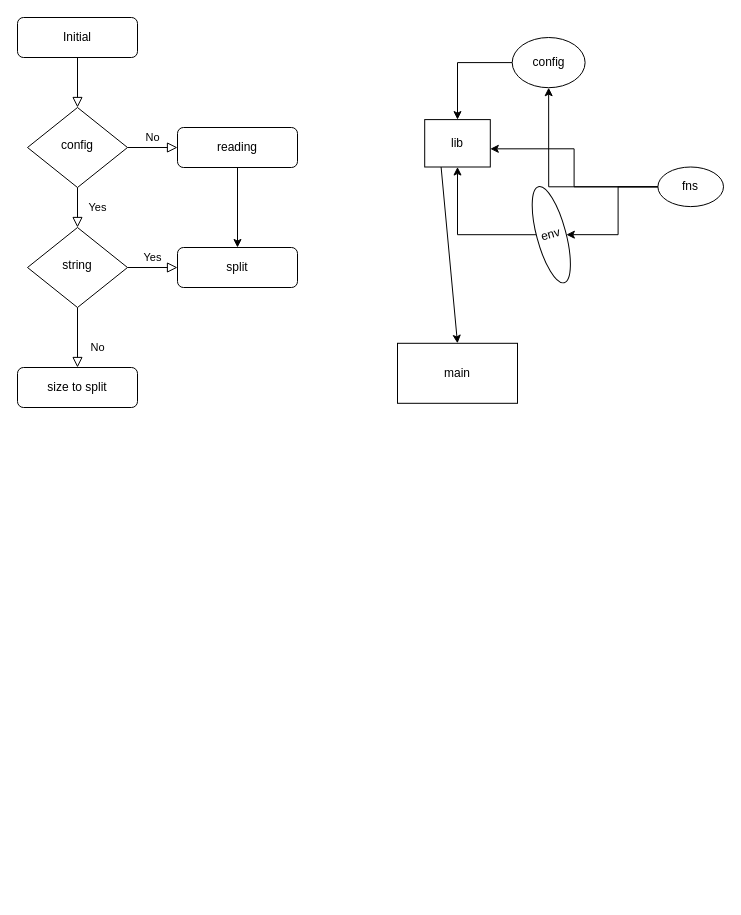
Earlier version of the draw.io diagram docs/toml-version.drawio (rdigua/filesplit). Source tidied: cells renumbered, new cells numbered last; positions are measured from the earlier drawing's top-left corner, leaving out a move shared by most shapes. Both pictures are drawn from the tidied source at 100%, with x=0, y=0 at pixel (17, 17).
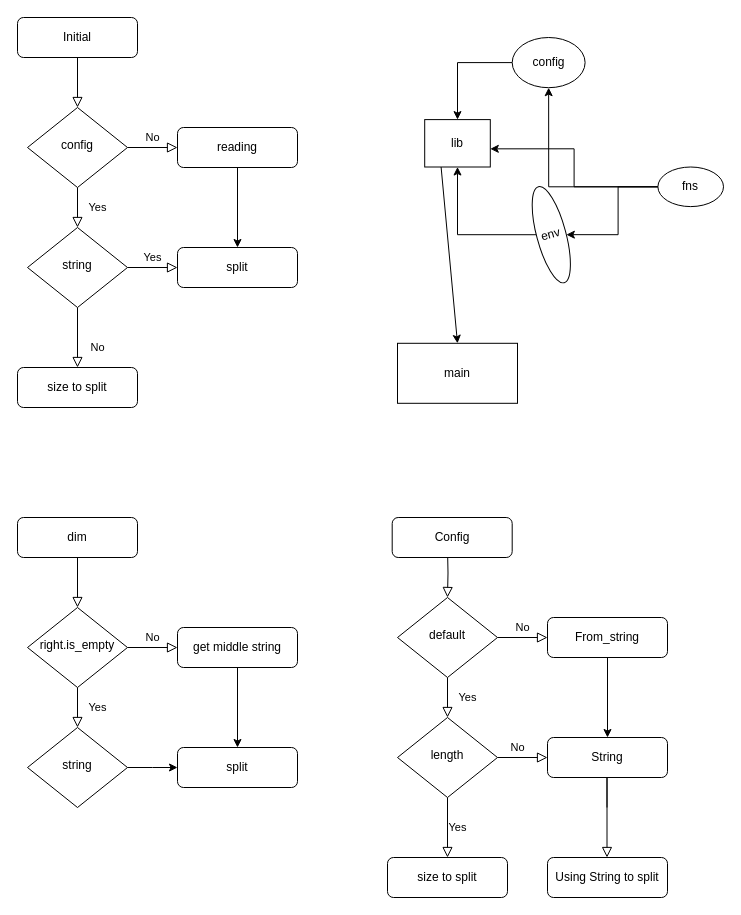
The same page after the edit.

Diff of the diagram source:
```diff
@@
+    <mxCell id="25" style="rounded=0;html=1;jettySize=auto;fontSize=11;endArrow=block;endFill=0;endSize=8;strokeWidth=1;shadow=0;labelBackgroundColor=none;edgeStyle=orthogonalEdgeStyle;" parent="1" edge="1" source="26" target="29">
+      <mxGeometry relative="1" as="geometry" />
+    </mxCell>
+    <mxCell id="26" value="dim" style="rounded=1;whiteSpace=wrap;html=1;fontSize=12;glass=0;strokeWidth=1;shadow=0;" parent="1" vertex="1">
+      <mxGeometry y="500" width="120" height="40" as="geometry" />
+    </mxCell>
+    <mxCell id="27" value="Yes" style="rounded=0;html=1;jettySize=auto;fontSize=11;endArrow=block;endFill=0;endSize=8;strokeWidth=1;shadow=0;labelBackgroundColor=none;edgeStyle=orthogonalEdgeStyle;" parent="1" edge="1" source="29" target="32">
+      <mxGeometry y="20" relative="1" as="geometry" />
+    </mxCell>
+    <mxCell id="28" value="No" style="edgeStyle=orthogonalEdgeStyle;rounded=0;html=1;jettySize=auto;fontSize=11;endArrow=block;endFill=0;endSize=8;strokeWidth=1;shadow=0;labelBackgroundColor=none;" parent="1" edge="1" source="29" target="31">
+      <mxGeometry y="10" relative="1" as="geometry" />
+    </mxCell>
+    <mxCell id="29" value="right.is_empty" style="rhombus;whiteSpace=wrap;html=1;shadow=0;fontFamily=Helvetica;fontSize=12;align=center;strokeWidth=1;spacing=6;spacingTop=-4;" parent="1" vertex="1">
+      <mxGeometry x="10" y="590" width="100" height="80" as="geometry" />
+    </mxCell>
+    <mxCell id="30" style="edgeStyle=orthogonalEdgeStyle;rounded=0;jettySize=auto;html=1;" parent="1" edge="1" source="31" target="33">
+      <mxGeometry relative="1" as="geometry" />
+    </mxCell>
+    <mxCell id="31" value="get middle string" style="rounded=1;whiteSpace=wrap;html=1;fontSize=12;glass=0;strokeWidth=1;shadow=0;" parent="1" vertex="1">
+      <mxGeometry x="160" y="610" width="120" height="40" as="geometry" />
+    </mxCell>
+    <mxCell id="32" value="string" style="rhombus;whiteSpace=wrap;html=1;shadow=0;fontFamily=Helvetica;fontSize=12;align=center;strokeWidth=1;spacing=6;spacingTop=-4;" parent="1" vertex="1">
+      <mxGeometry x="10" y="710" width="100" height="80" as="geometry" />
+    </mxCell>
+    <mxCell id="33" value="split" style="rounded=1;whiteSpace=wrap;html=1;fontSize=12;glass=0;strokeWidth=1;shadow=0;" parent="1" vertex="1">
+      <mxGeometry x="160" y="730" width="120" height="40" as="geometry" />
+    </mxCell>
+    <mxCell id="34" style="edgeStyle=orthogonalEdgeStyle;rounded=0;jettySize=auto;html=1;" parent="1" edge="1" source="32">
+      <mxGeometry relative="1" as="geometry">
+        <mxPoint x="160" y="750" as="targetPoint" />
+      </mxGeometry>
+    </mxCell>
+    <mxCell id="35" style="rounded=0;html=1;jettySize=auto;fontSize=11;endArrow=block;endFill=0;endSize=8;strokeWidth=1;shadow=0;labelBackgroundColor=none;edgeStyle=orthogonalEdgeStyle;" parent="1" edge="1" target="38">
+      <mxGeometry relative="1" as="geometry">
+        <mxPoint x="430" y="530" as="sourcePoint" />
+      </mxGeometry>
+    </mxCell>
+    <mxCell id="36" value="Yes" style="rounded=0;html=1;jettySize=auto;fontSize=11;endArrow=block;endFill=0;endSize=8;strokeWidth=1;shadow=0;labelBackgroundColor=none;edgeStyle=orthogonalEdgeStyle;" parent="1" edge="1" source="38" target="43">
+      <mxGeometry y="20" relative="1" as="geometry" />
+    </mxCell>
+    <mxCell id="37" value="No" style="edgeStyle=orthogonalEdgeStyle;rounded=0;html=1;jettySize=auto;fontSize=11;endArrow=block;endFill=0;endSize=8;strokeWidth=1;shadow=0;labelBackgroundColor=none;" parent="1" edge="1" source="38" target="40">
+      <mxGeometry y="10" relative="1" as="geometry" />
+    </mxCell>
+    <mxCell id="38" value="default" style="rhombus;whiteSpace=wrap;html=1;shadow=0;fontFamily=Helvetica;fontSize=12;align=center;strokeWidth=1;spacing=6;spacingTop=-4;" parent="1" vertex="1">
+      <mxGeometry x="380" y="580" width="100" height="80" as="geometry" />
+    </mxCell>
+    <mxCell id="39" style="edgeStyle=orthogonalEdgeStyle;rounded=0;jettySize=auto;html=1;" parent="1" edge="1" source="40" target="45">
+      <mxGeometry relative="1" as="geometry" />
+    </mxCell>
+    <mxCell id="40" value="From_string" style="rounded=1;whiteSpace=wrap;html=1;fontSize=12;glass=0;strokeWidth=1;shadow=0;" parent="1" vertex="1">
+      <mxGeometry x="530" y="600" width="120" height="40" as="geometry" />
+    </mxCell>
+    <mxCell id="41" value="No" style="rounded=0;html=1;jettySize=auto;fontSize=11;endArrow=block;endFill=0;endSize=8;strokeWidth=1;shadow=0;labelBackgroundColor=none;edgeStyle=orthogonalEdgeStyle;" parent="1" edge="1" source="43" target="44">
+      <mxGeometry x="-1" y="86" relative="1" as="geometry">
+        <mxPoint x="-16" y="-50" as="offset" />
+      </mxGeometry>
+    </mxCell>
+    <mxCell id="42" value="Yes" style="edgeStyle=orthogonalEdgeStyle;rounded=0;html=1;jettySize=auto;fontSize=11;endArrow=block;endFill=0;endSize=8;strokeWidth=1;shadow=0;labelBackgroundColor=none;" parent="1" edge="1" source="43" target="45">
+      <mxGeometry x="-1" y="-81" relative="1" as="geometry">
+        <mxPoint x="-40" y="-11" as="offset" />
+      </mxGeometry>
+    </mxCell>
+    <mxCell id="43" value="length" style="rhombus;whiteSpace=wrap;html=1;shadow=0;fontFamily=Helvetica;fontSize=12;align=center;strokeWidth=1;spacing=6;spacingTop=-4;" parent="1" vertex="1">
+      <mxGeometry x="380" y="700" width="100" height="80" as="geometry" />
+    </mxCell>
+    <mxCell id="44" value="size to split" style="rounded=1;whiteSpace=wrap;html=1;fontSize=12;glass=0;strokeWidth=1;shadow=0;" parent="1" vertex="1">
+      <mxGeometry x="370" y="840" width="120" height="40" as="geometry" />
+    </mxCell>
+    <mxCell id="45" value="String" style="rounded=1;whiteSpace=wrap;html=1;fontSize=12;glass=0;strokeWidth=1;shadow=0;" parent="1" vertex="1">
+      <mxGeometry x="530" y="720" width="120" height="40" as="geometry" />
+    </mxCell>
+    <mxCell id="46" value="Config" style="rounded=1;whiteSpace=wrap;html=1;fontSize=12;glass=0;strokeWidth=1;shadow=0;" parent="1" vertex="1">
+      <mxGeometry x="374.7" y="500" width="120" height="40" as="geometry" />
+    </mxCell>
+    <mxCell id="47" value="Using String to split" style="rounded=1;whiteSpace=wrap;html=1;fontSize=12;glass=0;strokeWidth=1;shadow=0;" parent="1" vertex="1">
+      <mxGeometry x="530" y="840" width="120" height="40" as="geometry" />
+    </mxCell>
+    <mxCell id="48" style="rounded=0;html=1;jettySize=auto;orthogonalLoop=1;fontSize=11;endArrow=block;endFill=0;endSize=8;strokeWidth=1;shadow=0;labelBackgroundColor=none;edgeStyle=orthogonalEdgeStyle;" parent="1" edge="1">
+      <mxGeometry relative="1" as="geometry">
+        <mxPoint x="589.5" y="790" as="sourcePoint" />
+        <mxPoint x="589.5" y="840" as="targetPoint" />
+        <Array as="points">
+          <mxPoint x="589.5" y="760" />
+          <mxPoint x="589.5" y="760" />
+        </Array>
+      </mxGeometry>
+    </mxCell>
```
